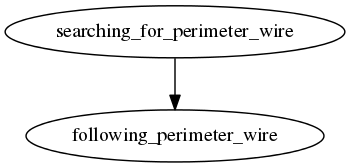
Before: doc/robot_state_machine_searching.png, a diagram exported from Graphviz (eerimoq/romeo). Its source is kept beside it as doc/robot_state_machine_searching.dot.
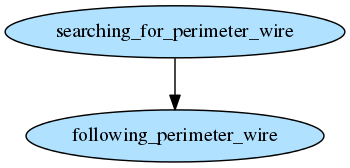
After the change.

Commit message:
fill color in robot state diagram

Change to the diagram source:
```diff
@@ -1,3 +1,5 @@
 digraph robot_state_diagram_searching {
+  searching_for_perimeter_wire [style=filled, fillcolor=lightskyblue1];
+  following_perimeter_wire [style=filled, fillcolor=lightskyblue1];
   searching_for_perimeter_wire -> following_perimeter_wire;
 }
```
